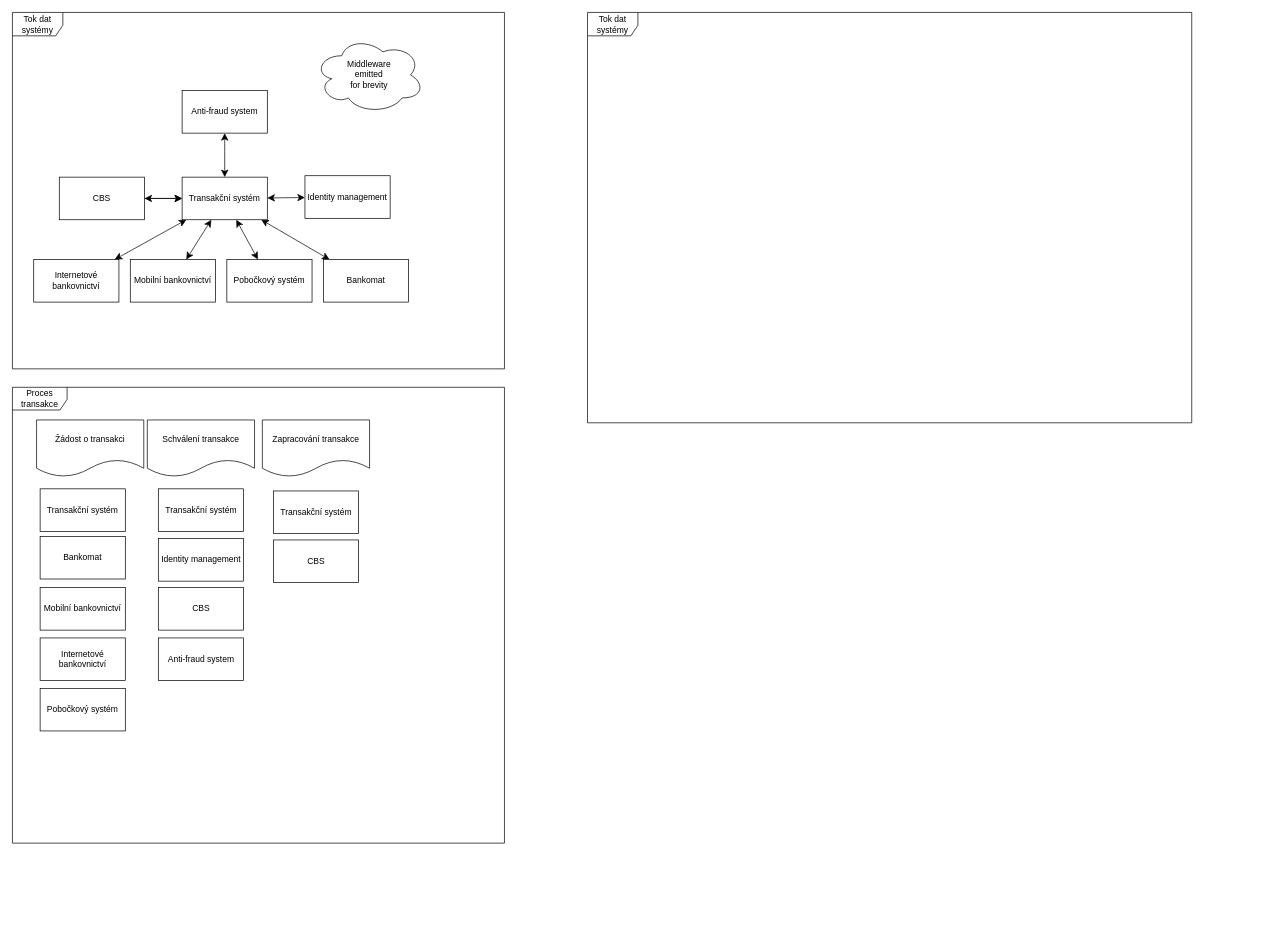
Earlier version of the draw.io diagram Untitled Diagram.drawio (Finishxx/draw-io). Source tidied: cells renumbered, new cells numbered last; positions are measured from the earlier drawing's top-left corner, leaving out a move shared by most shapes. Both pictures are drawn from the tidied source at 71%, with x=0, y=0 at pixel (12, 12).
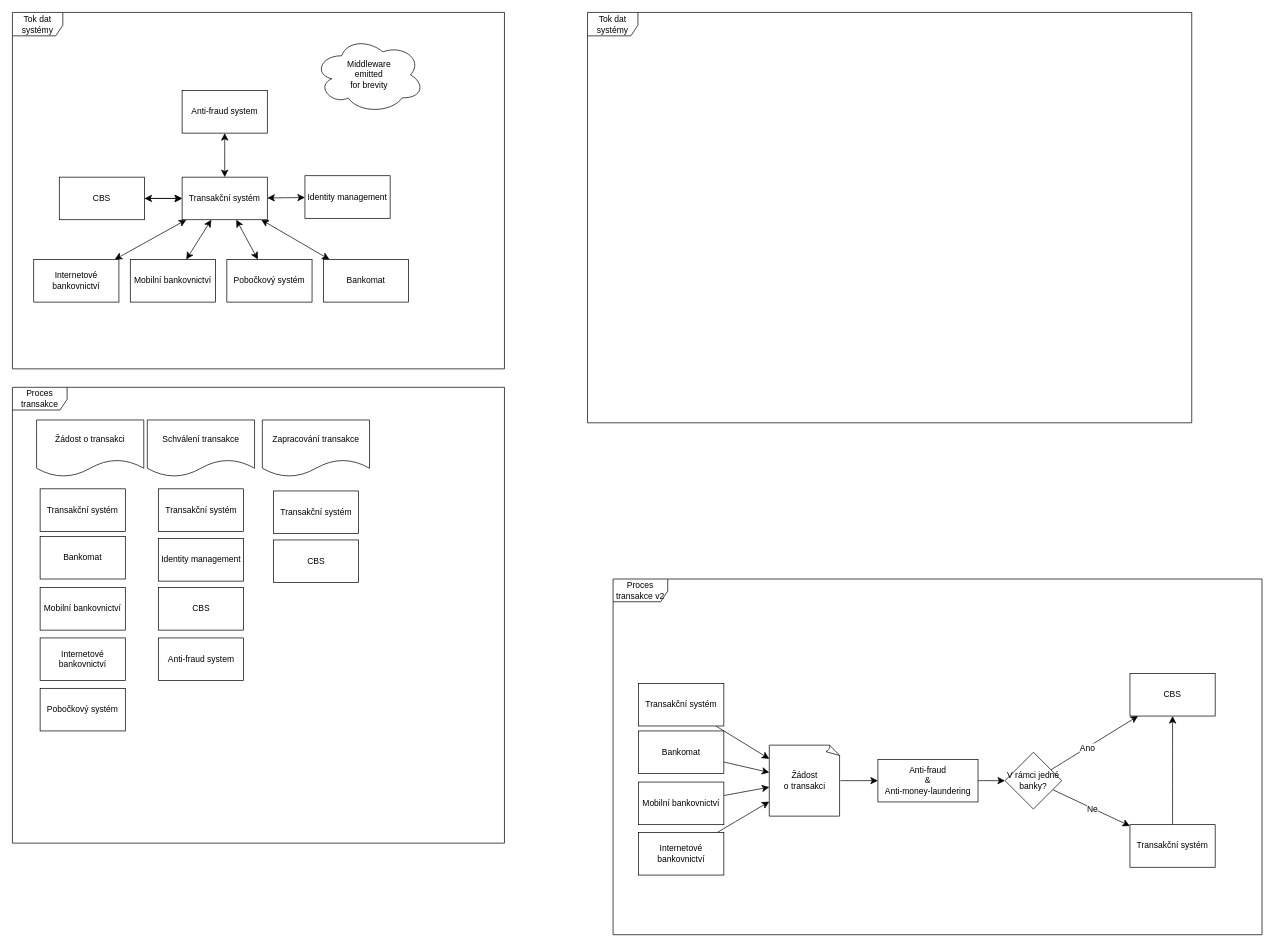
The same diagram, later.

The edit, as a diff of the source:
```diff
@@
+    <mxCell id="36" value="Proces transakce v2" style="shape=umlFrame;whiteSpace=wrap;html=1;width=77;height=32;" parent="1" vertex="1">
+      <mxGeometry x="846" y="798" width="914" height="501" as="geometry" />
+    </mxCell>
+    <mxCell id="37" style="edgeStyle=none;curved=1;rounded=0;jettySize=auto;html=1;fontSize=12;startSize=8;endSize=8;" parent="1" edge="1" source="38" target="46">
+      <mxGeometry relative="1" as="geometry" />
+    </mxCell>
+    <mxCell id="38" value="Internetové bankovnictví" style="rounded=0;whiteSpace=wrap;html=1;" parent="1" vertex="1">
+      <mxGeometry x="882" y="1155" width="120" height="60" as="geometry" />
+    </mxCell>
+    <mxCell id="39" style="edgeStyle=none;curved=1;rounded=0;jettySize=auto;html=1;fontSize=12;startSize=8;endSize=8;" parent="1" edge="1" source="40" target="46">
+      <mxGeometry relative="1" as="geometry" />
+    </mxCell>
+    <mxCell id="40" value="Mobilní bankovnictví" style="rounded=0;whiteSpace=wrap;html=1;" parent="1" vertex="1">
+      <mxGeometry x="882" y="1084" width="120" height="60" as="geometry" />
+    </mxCell>
+    <mxCell id="41" style="edgeStyle=none;curved=1;rounded=0;jettySize=auto;html=1;fontSize=12;startSize=8;endSize=8;" parent="1" edge="1" source="42" target="46">
+      <mxGeometry relative="1" as="geometry" />
+    </mxCell>
+    <mxCell id="42" value="Bankomat" style="rounded=0;whiteSpace=wrap;html=1;" parent="1" vertex="1">
+      <mxGeometry x="882" y="1012" width="120" height="60" as="geometry" />
+    </mxCell>
+    <mxCell id="43" style="edgeStyle=none;curved=1;rounded=0;jettySize=auto;html=1;fontSize=12;startSize=8;endSize=8;" parent="1" edge="1" source="44" target="46">
+      <mxGeometry relative="1" as="geometry" />
+    </mxCell>
+    <mxCell id="44" value="Transakční systém" style="rounded=0;whiteSpace=wrap;html=1;" parent="1" vertex="1">
+      <mxGeometry x="882" y="945" width="120" height="60" as="geometry" />
+    </mxCell>
+    <mxCell id="45" style="edgeStyle=none;curved=1;rounded=0;jettySize=auto;html=1;fontSize=12;startSize=8;endSize=8;" parent="1" edge="1" source="46" target="48">
+      <mxGeometry relative="1" as="geometry" />
+    </mxCell>
+    <mxCell id="46" value="&lt;div&gt;Žádost&lt;/div&gt;&lt;div&gt;o transakci&lt;/div&gt;" style="whiteSpace=wrap;html=1;shape=mxgraph.basic.document;" parent="1" vertex="1">
+      <mxGeometry x="1066" y="1032" width="100" height="100" as="geometry" />
+    </mxCell>
+    <mxCell id="47" style="edgeStyle=none;curved=1;rounded=0;jettySize=auto;html=1;fontSize=12;startSize=8;endSize=8;" parent="1" edge="1" source="48" target="53">
+      <mxGeometry relative="1" as="geometry" />
+    </mxCell>
+    <mxCell id="48" value="&lt;div&gt;Anti-fraud&lt;/div&gt;&lt;div&gt;&amp;amp;&lt;/div&gt;&lt;div&gt;Anti-money-laundering&lt;/div&gt;" style="rounded=0;whiteSpace=wrap;html=1;" parent="1" vertex="1">
+      <mxGeometry x="1219" y="1052" width="141" height="60" as="geometry" />
+    </mxCell>
+    <mxCell id="49" style="edgeStyle=none;curved=1;rounded=0;jettySize=auto;html=1;fontSize=12;startSize=8;endSize=8;" parent="1" edge="1" source="53" target="56">
+      <mxGeometry relative="1" as="geometry" />
+    </mxCell>
+    <mxCell id="50" value="Ne" style="edgeLabel;html=1;align=center;verticalAlign=middle;fontSize=12;" parent="49" vertex="1">
+      <mxGeometry x="0.02" y="-1" relative="1" as="geometry" />
+    </mxCell>
+    <mxCell id="51" style="edgeStyle=none;curved=1;rounded=0;jettySize=auto;html=1;fontSize=12;startSize=8;endSize=8;" parent="1" edge="1" source="53" target="54">
+      <mxGeometry relative="1" as="geometry" />
+    </mxCell>
+    <mxCell id="52" value="Ano" style="edgeLabel;html=1;align=center;verticalAlign=middle;fontSize=12;" parent="51" vertex="1">
+      <mxGeometry x="-0.18" y="-1" relative="1" as="geometry" />
+    </mxCell>
+    <mxCell id="53" value="V rámci jedné banky?" style="rhombus;whiteSpace=wrap;html=1;" parent="1" vertex="1">
+      <mxGeometry x="1398" y="1042" width="80" height="80" as="geometry" />
+    </mxCell>
+    <mxCell id="54" value="CBS" style="rounded=0;whiteSpace=wrap;html=1;" parent="1" vertex="1">
+      <mxGeometry x="1574" y="931" width="120" height="60" as="geometry" />
+    </mxCell>
+    <mxCell id="55" style="edgeStyle=none;curved=1;rounded=0;jettySize=auto;html=1;fontSize=12;startSize=8;endSize=8;" parent="1" edge="1" source="56" target="54">
+      <mxGeometry relative="1" as="geometry" />
+    </mxCell>
+    <mxCell id="56" value="Transakční systém" style="rounded=0;whiteSpace=wrap;html=1;" parent="1" vertex="1">
+      <mxGeometry x="1574" y="1144" width="120" height="60" as="geometry" />
+    </mxCell>
```
